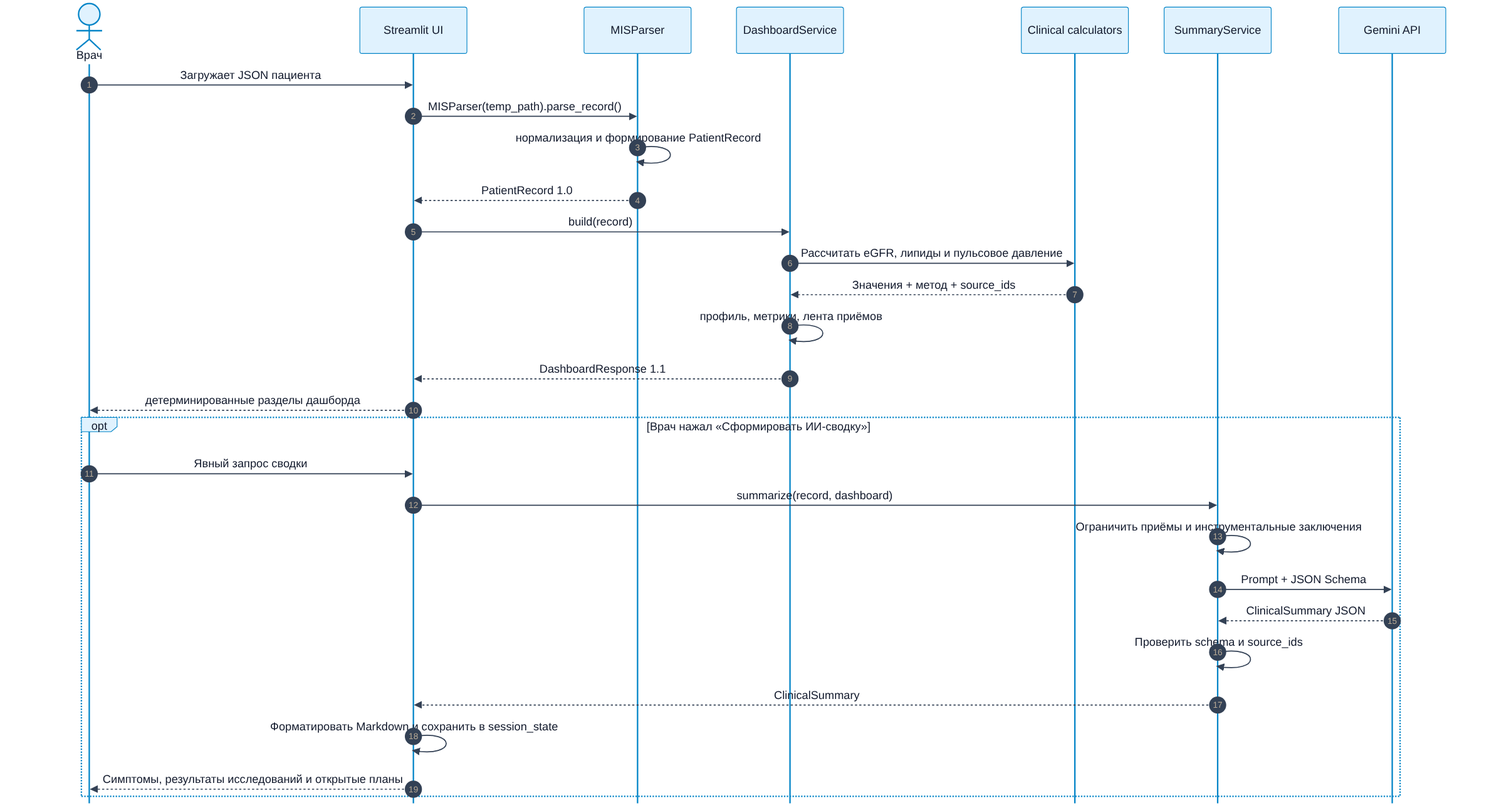
Earlier version of the Mermaid export docs/diagrams/rendered/processing-sequence.png (rsul07/MISDash). Its source is kept beside it as docs/diagrams/src/processing-sequence.mmd.
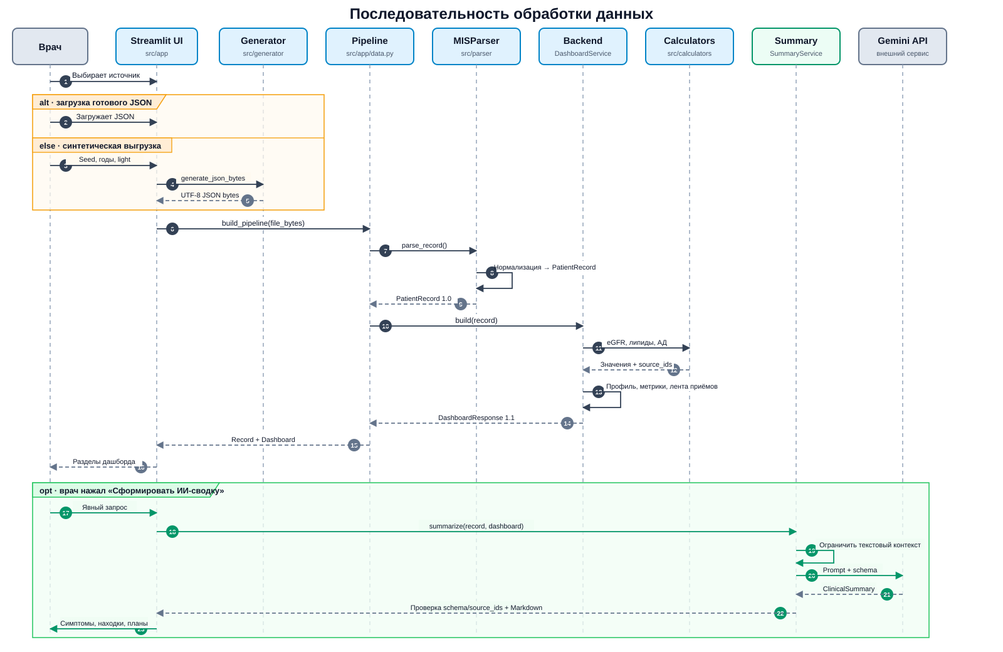
After the commit.

The edit, as a diff of the source:
```diff
@@ -2,21 +2,33 @@
     autonumber
     actor Doctor as Врач
     participant UI as Streamlit UI
+    participant Generator as src/generator
+    participant Pipeline as src/app/data.py
     participant Parser as MISParser
     participant Backend as DashboardService
     participant Calc as Clinical calculators
     participant Summary as SummaryService
     participant Gemini as Gemini API
 
-    Doctor->>UI: Загружает JSON пациента
-    UI->>Parser: MISParser(temp_path).parse_record()
+    Doctor->>UI: Выбирает источник данных
+    alt Загрузка готового JSON
+        Doctor->>UI: Загружает JSON пациента
+    else Синтетическая выгрузка
+        Doctor->>UI: Seed, годы, light + отправка формы
+        UI->>Generator: generate_json_bytes(config)
+        Generator-->>UI: UTF-8 JSON bytes
+    end
+
+    UI->>Pipeline: build_pipeline(file_bytes)
+    Pipeline->>Parser: MISParser(temp_path).parse_record()
     Parser->>Parser: нормализация и формирование PatientRecord
-    Parser-->>UI: PatientRecord 1.0
-    UI->>Backend: build(record)
+    Parser-->>Pipeline: PatientRecord 1.0
+    Pipeline->>Backend: build(record)
     Backend->>Calc: Рассчитать eGFR, липиды и пульсовое давление
     Calc-->>Backend: Значения + метод + source_ids
     Backend->>Backend: профиль, метрики, лента приёмов
-    Backend-->>UI: DashboardResponse 1.1
+    Backend-->>Pipeline: DashboardResponse 1.1
+    Pipeline-->>UI: PatientRecord + DashboardResponse
     UI-->>Doctor: детерминированные разделы дашборда
 
     opt Врач нажал «Сформировать ИИ-сводку»
```
